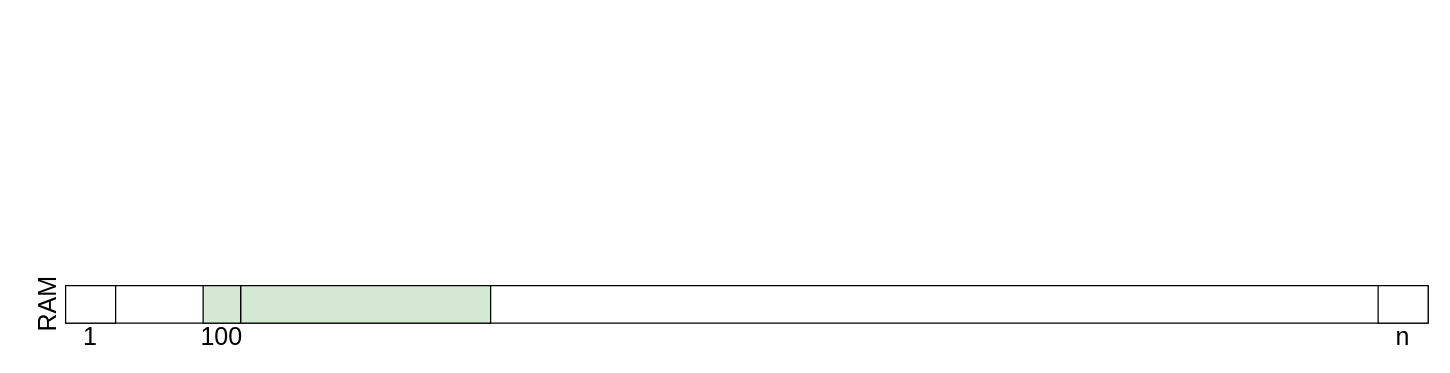
Before: page "P02" (2 of 34) of slides/memmgt.drawio in 77maxikov/os_course, a draw.io diagram. Source tidied: cells renumbered, new cells numbered last; positions are measured from the earlier drawing's top-left corner, leaving out a move shared by most shapes. Both pictures are drawn from the tidied source at 125%, with x=0, y=0 at pixel (15, 279).
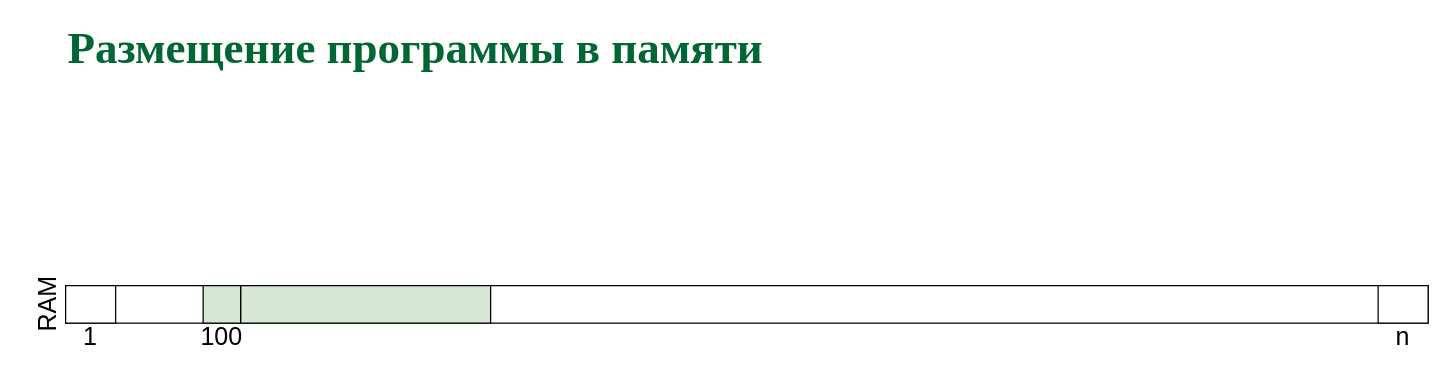
After the change.

Diff of the diagram source:
```diff
@@
 <mxGraphModel>
   <root>
     <mxCell id="0" />
     <mxCell id="1" parent="0" />
     <mxCell id="2" style="rounded=0;whiteSpace=wrap;html=1;" parent="1" vertex="1">
       <mxGeometry x="40" y="5" width="1090" height="30" as="geometry" />
     </mxCell>
     <mxCell id="3" value="&lt;font style=&quot;font-size: 20px&quot;&gt;1&lt;/font&gt;" style="text;html=1;strokeColor=none;fillColor=none;align=center;verticalAlign=middle;whiteSpace=wrap;rounded=0;" parent="1" vertex="1">
       <mxGeometry x="40" y="35" width="40" height="20" as="geometry" />
     </mxCell>
     <mxCell id="4" value="&lt;font style=&quot;font-size: 20px&quot;&gt;n&lt;/font&gt;" style="text;html=1;strokeColor=none;fillColor=none;align=center;verticalAlign=middle;whiteSpace=wrap;rounded=0;" parent="1" vertex="1">
       <mxGeometry x="1090" y="35" width="40" height="20" as="geometry" />
     </mxCell>
     <mxCell id="5" style="rounded=0;whiteSpace=wrap;html=1;" parent="1" vertex="1">
       <mxGeometry x="40" y="5" width="40" height="30" as="geometry" />
     </mxCell>
     <mxCell id="6" style="rounded=0;whiteSpace=wrap;html=1;" parent="1" vertex="1">
       <mxGeometry x="1090" y="5" width="40" height="30" as="geometry" />
     </mxCell>
     <mxCell id="7" style="rounded=0;whiteSpace=wrap;html=1;fillColor=#d5e8d4;strokeColor=#000000;" parent="1" vertex="1">
       <mxGeometry x="180" y="5" width="200" height="30" as="geometry" />
     </mxCell>
     <mxCell id="8" style="rounded=0;whiteSpace=wrap;html=1;strokeColor=#000000;fillColor=#d5e8d4;" parent="1" vertex="1">
       <mxGeometry x="150" y="5" width="30" height="30" as="geometry" />
     </mxCell>
     <mxCell id="9" value="&lt;font style=&quot;font-size: 20px&quot;&gt;100&lt;/font&gt;" style="text;html=1;strokeColor=none;fillColor=none;align=center;verticalAlign=middle;whiteSpace=wrap;rounded=0;" parent="1" vertex="1">
       <mxGeometry x="145" y="35" width="40" height="20" as="geometry" />
     </mxCell>
     <mxCell id="10" value="&lt;font style=&quot;font-size: 20px&quot;&gt;RAM&lt;/font&gt;" style="text;html=1;strokeColor=none;fillColor=none;align=center;verticalAlign=middle;whiteSpace=wrap;rounded=0;rotation=-90;" parent="1" vertex="1">
       <mxGeometry width="50" height="40" as="geometry" />
     </mxCell>
+    <mxCell id="11" value="&lt;b style=&quot;color: rgb(0 , 102 , 51) ; font-family: &amp;#34;garamond&amp;#34; ; font-size: 36px&quot;&gt;Размещение программы в памяти&lt;br&gt;&lt;/b&gt;" style="text;html=1;align=left;verticalAlign=middle;whiteSpace=wrap;rounded=0;" parent="1" vertex="1">
+      <mxGeometry x="40" y="-195" width="920" height="20" as="geometry" />
+    </mxCell>
   </root>
 </mxGraphModel>
```
